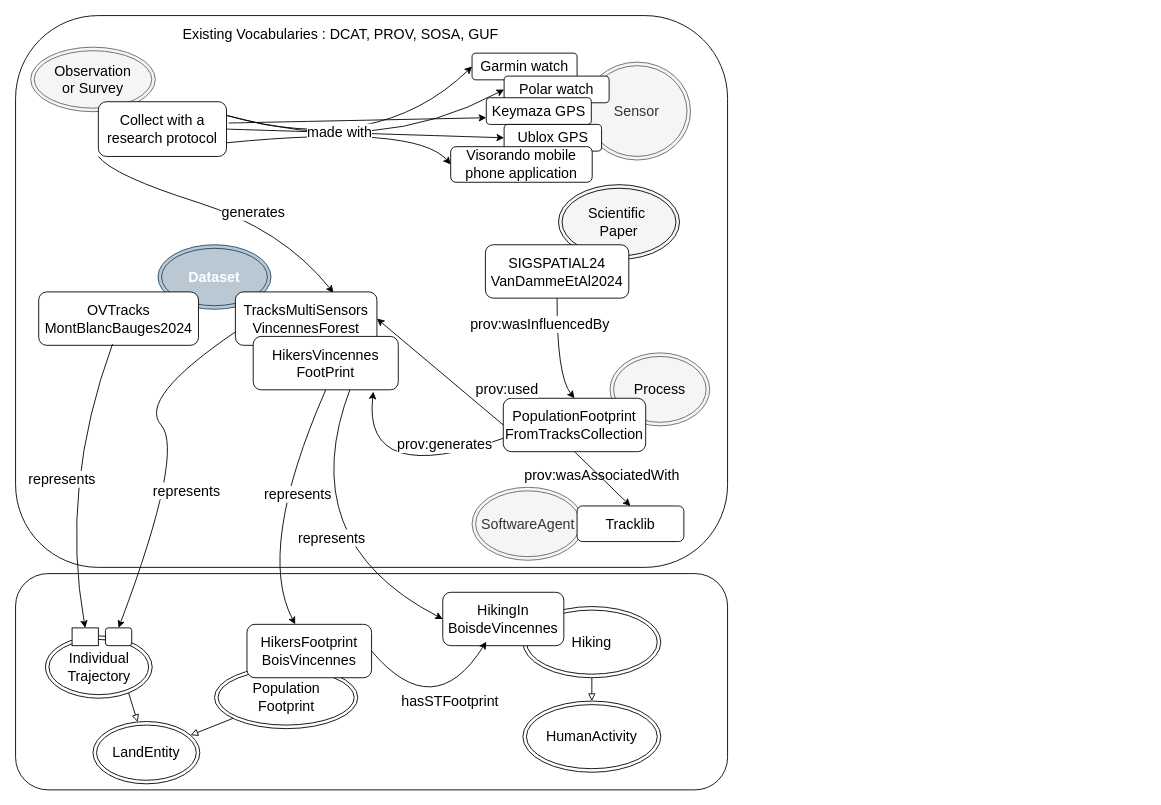
Earlier version of the draw.io diagram page "Fig 2 - Step 1" (5 of 6) of docs/diagrams/model_KG.drawio (IntForOut/outdoorPressure). Source tidied: cells renumbered, new cells numbered last; positions are measured from the earlier drawing's top-left corner, leaving out a move shared by most shapes. Both pictures are drawn from the tidied source at 89%, with x=0, y=0 at pixel (15, 15).
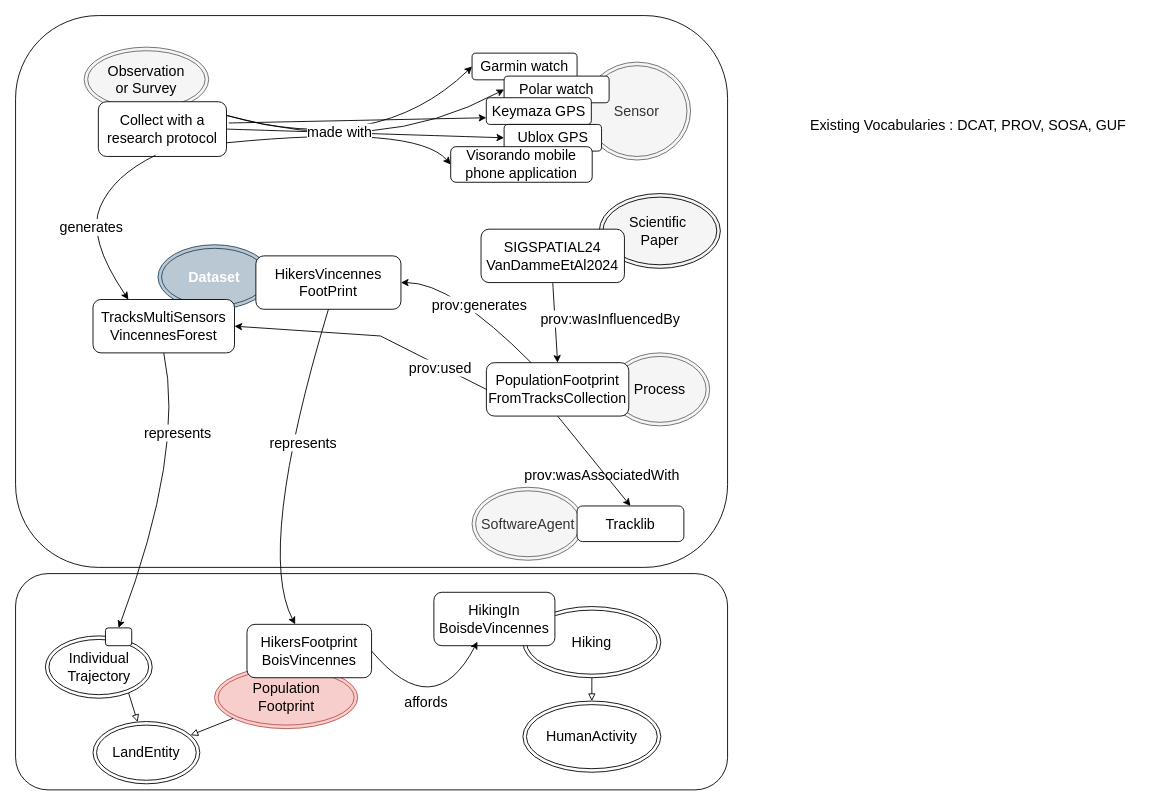
Above is the later version.

Commit message (it also covers changes not shown here):
Mettre à jour model_KG.drawio

Unchanged cells that the change refers to:
```xml
<mxCell id="15" value="&lt;font&gt;Collect with a research protocol&lt;/font&gt;" style="rounded=1;whiteSpace=wrap;html=1;strokeWidth=1;strokeColor=#000000;fontSize=16;" parent="1" vertex="1">
  <mxGeometry x="93" y="96.8" width="144" height="61.5" as="geometry" />
</mxCell>
<mxCell id="49" style="endArrow=none;html=1;rounded=0;curved=1;exitX=0.36;exitY=0.924;exitDx=0;exitDy=0;entryX=1;entryY=0.5;entryDx=0;entryDy=0;fontSize=16;exitPerimeter=0;startArrow=classic;startFill=1;endFill=0;" parent="1" edge="1" source="39" target="51">
  <mxGeometry relative="1" as="geometry">
    <Array as="points">
      <mxPoint x="470" y="797" />
    </Array>
  </mxGeometry>
</mxCell>
<mxCell id="60" style="rounded=1;whiteSpace=wrap;html=1;fontSize=16;" parent="1" vertex="1">
  <mxGeometry x="101" y="688" width="29.5" height="20" as="geometry" />
</mxCell>
```

What changed in the source:
```diff
@@
     <mxCell id="6" value="&lt;font style=&quot;color: rgb(0, 0, 0);&quot;&gt;Observation&lt;br&gt;or Survey&lt;/font&gt;" style="ellipse;shape=doubleEllipse;whiteSpace=wrap;html=1;fontSize=16;fillColor=#f5f5f5;strokeColor=#666666;fontColor=#333333;" parent="1" vertex="1">
-      <mxGeometry x="17" y="35.5" width="140" height="72.5" as="geometry" />
+      <mxGeometry x="77" y="35.5" width="140" height="72.5" as="geometry" />
     </mxCell>
-    <mxCell id="7" value="&lt;div&gt;Population&lt;/div&gt;&lt;div&gt;Footprint&lt;/div&gt;" style="ellipse;shape=doubleEllipse;whiteSpace=wrap;html=1;fontSize=16;" parent="1" vertex="1">
+    <mxCell id="7" value="&lt;div&gt;Population&lt;/div&gt;&lt;div&gt;Footprint&lt;/div&gt;" style="ellipse;shape=doubleEllipse;whiteSpace=wrap;html=1;fontSize=16;fillColor=#f8cecc;strokeColor=#b85450;" parent="1" vertex="1">
       <mxGeometry x="223.5" y="731.2" width="161" height="70" as="geometry" />
     </mxCell>
@@
     <mxCell id="10" value="&lt;div&gt;&lt;font style=&quot;color: rgb(0, 0, 0);&quot;&gt;Scientific&amp;nbsp;&lt;/font&gt;&lt;/div&gt;&lt;div&gt;&lt;font style=&quot;color: rgb(0, 0, 0);&quot;&gt;Paper&lt;/font&gt;&lt;/div&gt;" style="ellipse;shape=doubleEllipse;whiteSpace=wrap;html=1;fontSize=16;fillColor=#f5f5f5;fontColor=#333333;strokeColor=#000000;" parent="1" vertex="1">
-      <mxGeometry x="610" y="190" width="136" height="84" as="geometry" />
+      <mxGeometry x="655.9" y="200" width="136" height="84" as="geometry" />
     </mxCell>
     <mxCell id="11" value="&lt;div&gt;PopulationFootprint&lt;/div&gt;&lt;div&gt;FromTracksCollection&lt;/div&gt;" style="rounded=1;whiteSpace=wrap;html=1;strokeColor=#000000;strokeWidth=1;fontSize=16;" parent="1" vertex="1">
-      <mxGeometry x="548" y="430" width="160" height="60" as="geometry" />
+      <mxGeometry x="529" y="390" width="160" height="60" as="geometry" />
     </mxCell>
@@
-    <mxCell id="16" style="endArrow=classic;html=1;rounded=0;exitX=0;exitY=1;exitDx=0;exitDy=0;curved=1;fontSize=16;entryX=0.693;entryY=0.016;entryDx=0;entryDy=0;entryPerimeter=0;" parent="1" edge="1" source="15" target="45">
+    <mxCell id="16" style="endArrow=classic;html=1;rounded=0;exitX=0.446;exitY=0.978;exitDx=0;exitDy=0;curved=1;fontSize=16;entryX=0.25;entryY=0;entryDx=0;entryDy=0;exitPerimeter=0;" parent="1" edge="1" source="15" target="45">
       <mxGeometry relative="1" as="geometry">
         <Array as="points">
           <mxPoint x="110" y="180" />
-          <mxPoint x="300" y="240" />
+          <mxPoint x="80" y="250" />
         </Array>
       </mxGeometry>
     </mxCell>
@@
     <mxCell id="24" style="endArrow=classic;html=1;rounded=0;exitX=0.5;exitY=1;exitDx=0;exitDy=0;entryX=0.5;entryY=0;entryDx=0;entryDy=0;curved=1;fontSize=16;" parent="1" edge="1" source="30" target="11">
-      <mxGeometry relative="1" as="geometry">
-        <Array as="points">
-          <mxPoint x="608" y="405" />
-        </Array>
-      </mxGeometry>
+      <mxGeometry relative="1" as="geometry" />
     </mxCell>
     <mxCell id="25" value="&lt;font&gt;prov:wasInfluencedBy&lt;/font&gt;" style="edgeLabel;html=1;align=center;verticalAlign=middle;fontSize=16;" parent="24" vertex="1">
       <mxGeometry x="-0.18" y="-1" relative="1" as="geometry">
-        <mxPoint x="-19" y="-20" as="offset" />
+        <mxPoint x="63" y="4" as="offset" />
       </mxGeometry>
     </mxCell>
@@
-    <mxCell id="28" style="endArrow=classic;html=1;rounded=0;curved=1;exitX=0;exitY=0.75;exitDx=0;exitDy=0;fontSize=16;entryX=0.828;entryY=1.033;entryDx=0;entryDy=0;entryPerimeter=0;" parent="1" edge="1" source="11" target="48">
+    <mxCell id="28" style="endArrow=classic;html=1;rounded=0;curved=1;fontSize=16;entryX=1;entryY=0.5;entryDx=0;entryDy=0;" parent="1" edge="1" source="11" target="48">
       <mxGeometry relative="1" as="geometry">
         <Array as="points">
-          <mxPoint x="390" y="530" />
+          <mxPoint x="490" y="300" />
         </Array>
       </mxGeometry>
     </mxCell>
     <mxCell id="29" value="&lt;font&gt;prov:generates&lt;/font&gt;" style="edgeLabel;html=1;align=center;verticalAlign=middle;fontSize=16;" parent="28" vertex="1">
       <mxGeometry x="-0.09" relative="1" as="geometry">
-        <mxPoint x="52" y="-35" as="offset" />
+        <mxPoint y="-6" as="offset" />
       </mxGeometry>
     </mxCell>
     <mxCell id="30" value="&lt;div&gt;SIGSPATIAL24&lt;/div&gt;&lt;div&gt;VanDammeEtAl2024&lt;/div&gt;" style="rounded=1;whiteSpace=wrap;html=1;strokeColor=#000000;strokeWidth=1;fontSize=16;" parent="1" vertex="1">
-      <mxGeometry x="527.9" y="257.5" width="161.1" height="60" as="geometry" />
+      <mxGeometry x="523" y="240" width="161.1" height="60" as="geometry" />
     </mxCell>
@@
     <mxCell id="37" style="endArrow=classic;html=1;rounded=0;exitX=0;exitY=0.5;exitDx=0;exitDy=0;entryX=1;entryY=0.5;entryDx=0;entryDy=0;fontSize=16;" parent="1" edge="1" source="11" target="45">
-      <mxGeometry relative="1" as="geometry" />
+      <mxGeometry relative="1" as="geometry">
+        <Array as="points">
+          <mxPoint x="410" y="360" />
+        </Array>
+      </mxGeometry>
     </mxCell>
     <mxCell id="38" value="&lt;font&gt;prov:used&lt;/font&gt;" style="edgeLabel;html=1;align=center;verticalAlign=middle;fontSize=16;" parent="37" vertex="1">
       <mxGeometry x="0.3" relative="1" as="geometry">
-        <mxPoint x="96" y="37" as="offset" />
+        <mxPoint x="126" y="39" as="offset" />
       </mxGeometry>
     </mxCell>
     <mxCell id="39" value="&lt;div&gt;HikingIn&lt;/div&gt;&lt;div&gt;BoisdeVincennes&lt;/div&gt;" style="rounded=1;whiteSpace=wrap;html=1;fontSize=16;" parent="1" vertex="1">
-      <mxGeometry x="480" y="648" width="136" height="60" as="geometry" />
+      <mxGeometry x="470" y="648" width="136" height="60" as="geometry" />
     </mxCell>
@@
-    <mxCell id="42" style="endArrow=classic;html=1;rounded=0;exitX=0;exitY=0.75;exitDx=0;exitDy=0;fontSize=16;curved=1;entryX=0.5;entryY=0;entryDx=0;entryDy=0;" parent="1" edge="1" source="45" target="60">
+    <mxCell id="42" style="endArrow=classic;html=1;rounded=0;exitX=0.5;exitY=1;exitDx=0;exitDy=0;fontSize=16;curved=1;entryX=0.5;entryY=0;entryDx=0;entryDy=0;" parent="1" edge="1" source="45" target="60">
       <mxGeometry relative="1" as="geometry">
         <Array as="points">
-          <mxPoint x="137" y="430" />
           <mxPoint x="190" y="490" />
         </Array>
       </mxGeometry>
     </mxCell>
     <mxCell id="43" value="&lt;font style=&quot;color: rgb(0, 0, 0);&quot;&gt;represents&lt;/font&gt;" style="edgeLabel;html=1;align=center;verticalAlign=middle;fontSize=16;" parent="42" vertex="1">
       <mxGeometry x="0.16" y="1" relative="1" as="geometry">
-        <mxPoint x="12" y="12" as="offset" />
+        <mxPoint x="17" y="-92" as="offset" />
       </mxGeometry>
     </mxCell>
-    <mxCell id="44" style="endArrow=classic;html=1;rounded=0;exitX=0.675;exitY=0.933;exitDx=0;exitDy=0;entryX=0;entryY=0.5;entryDx=0;entryDy=0;exitPerimeter=0;fontSize=16;curved=1;" parent="1" edge="1" source="48" target="39">
-      <mxGeometry relative="1" as="geometry">
-        <Array as="points">
-          <mxPoint x="310" y="590" />
-        </Array>
-      </mxGeometry>
-    </mxCell>
     <mxCell id="45" value="&lt;div&gt;&lt;font&gt;TracksMultiSensors&lt;/font&gt;&lt;/div&gt;&lt;div&gt;&lt;font&gt;VincennesForest&lt;/font&gt;&lt;/div&gt;" style="rounded=1;whiteSpace=wrap;html=1;strokeColor=#000000;strokeWidth=1;fontSize=16;" parent="1" vertex="1">
-      <mxGeometry x="247" y="310.5" width="159" height="60" as="geometry" />
+      <mxGeometry x="87" y="319" width="159" height="60" as="geometry" />
     </mxCell>
-    <mxCell id="46" value="&lt;font style=&quot;color: rgb(0, 0, 0);&quot;&gt;represents&lt;/font&gt;" style="edgeLabel;html=1;align=center;verticalAlign=middle;fontSize=16;" parent="1" vertex="1">
-      <mxGeometry x="440" y="610" as="geometry">
-        <mxPoint x="-86" y="-24" as="offset" />
-      </mxGeometry>
-    </mxCell>
     <mxCell id="47" value="&lt;font&gt;Existing Vocabularies : DCAT, PROV, SOSA, GUF&lt;/font&gt;" style="text;html=1;whiteSpace=wrap;strokeColor=none;fillColor=none;align=center;verticalAlign=middle;rounded=0;fontSize=16;" parent="1" vertex="1">
-      <mxGeometry x="165" y="5.5" width="400.5" height="30" as="geometry" />
+      <mxGeometry x="870" y="108" width="400.5" height="30" as="geometry" />
     </mxCell>
     <mxCell id="48" value="&lt;div&gt;&lt;font&gt;HikersVincennes&lt;/font&gt;&lt;/div&gt;&lt;div&gt;&lt;font&gt;FootPrint&lt;/font&gt;&lt;/div&gt;" style="rounded=1;whiteSpace=wrap;html=1;strokeColor=#000000;strokeWidth=1;fontSize=16;" parent="1" vertex="1">
-      <mxGeometry x="267" y="360.5" width="163" height="60" as="geometry" />
+      <mxGeometry x="270" y="270" width="163" height="60" as="geometry" />
     </mxCell>
@@
-    <mxCell id="50" value="hasSTFootprint" style="edgeLabel;html=1;align=center;verticalAlign=middle;fontSize=16;" parent="49" vertex="1">
+    <mxCell id="50" value="affords" style="edgeLabel;html=1;align=center;verticalAlign=middle;fontSize=16;" parent="49" vertex="1">
       <mxGeometry x="-0.05" y="3" relative="1" as="geometry">
-        <mxPoint x="11" y="-24" as="offset" />
+        <mxPoint x="-14" y="-25" as="offset" />
       </mxGeometry>
     </mxCell>
@@
-    <mxCell id="55" value="&lt;div&gt;OVTracks&lt;/div&gt;&lt;div&gt;MontBlancBauges2024&lt;/div&gt;" style="rounded=1;whiteSpace=wrap;html=1;strokeColor=#000000;strokeWidth=1;fontSize=16;" parent="1" vertex="1">
-      <mxGeometry x="26" y="310.5" width="179.5" height="60" as="geometry" />
-    </mxCell>
-    <mxCell id="56" style="endArrow=classic;html=1;rounded=0;fontSize=16;curved=1;entryX=0.5;entryY=0;entryDx=0;entryDy=0;exitX=0.462;exitY=0.977;exitDx=0;exitDy=0;exitPerimeter=0;" parent="1" edge="1" source="55" target="61">
-      <mxGeometry relative="1" as="geometry">
-        <Array as="points">
-          <mxPoint x="50" y="530" />
-        </Array>
-      </mxGeometry>
-    </mxCell>
-    <mxCell id="57" value="&lt;font style=&quot;color: rgb(0, 0, 0);&quot;&gt;represents&lt;/font&gt;" style="edgeLabel;html=1;align=center;verticalAlign=middle;fontSize=16;" parent="56" vertex="1">
-      <mxGeometry x="0.16" y="1" relative="1" as="geometry">
-        <mxPoint x="-3" y="-30" as="offset" />
-      </mxGeometry>
-    </mxCell>
@@
-    <mxCell id="61" style="rounded=1;whiteSpace=wrap;html=1;fontSize=16;arcSize=0;" parent="1" vertex="1">
-      <mxGeometry x="63.5" y="688" width="29.5" height="20" as="geometry" />
-    </mxCell>
```
